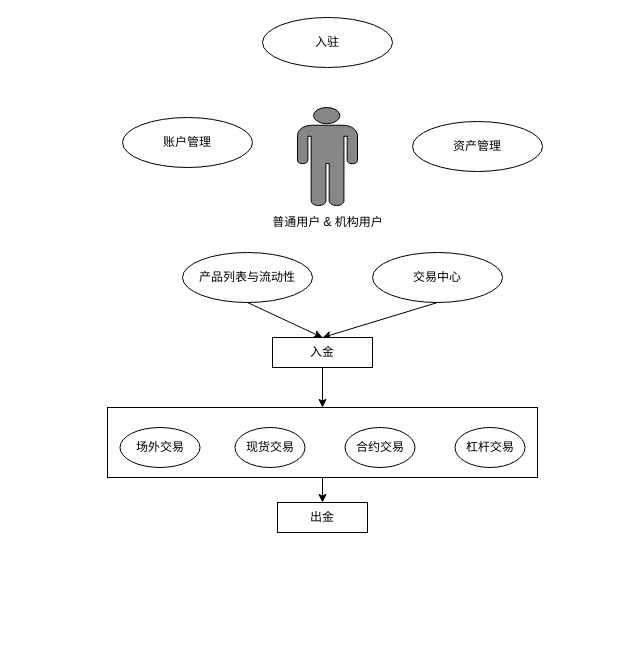
Above: PIMAX/用户业务功能.drawio in xiaoxijin/pay (draw.io), before the change. Source tidied: cells renumbered, new cells numbered last; positions are measured from the earlier drawing's top-left corner, leaving out a move shared by most shapes. Both pictures are drawn from the tidied source at 100%, with x=0, y=0 at pixel (17, 17).
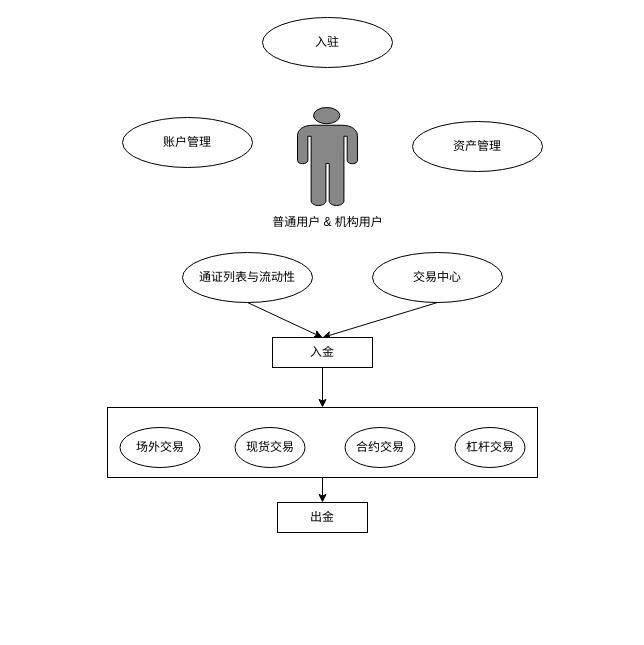
After the change.

Change to the diagram source:
```diff
@@
-    <mxCell id="5" value="产品列表与流动性" style="ellipse;whiteSpace=wrap;html=1;" parent="1" vertex="1">
+    <mxCell id="5" value="通证列表与流动性" style="ellipse;whiteSpace=wrap;html=1;" parent="1" vertex="1">
       <mxGeometry x="165" y="235" width="130" height="50" as="geometry" />
     </mxCell>
```
